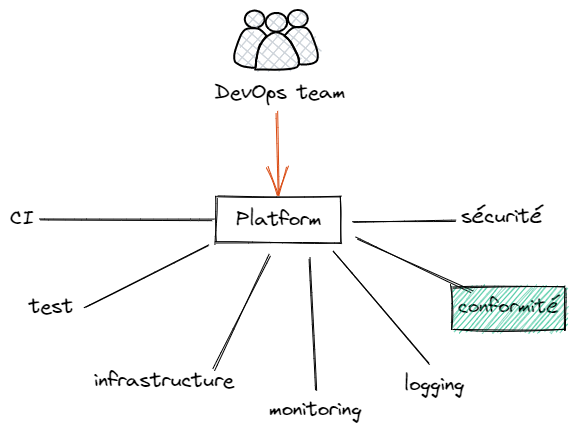
Before: snowcamp_2023/assets/platform-conformite.excalidraw.png, a diagram exported from Excalidraw (ojacques/presentations). Source tidied: one line per element, renumbered; positions are measured from the earlier drawing's top-left corner, leaving out a move shared by most shapes.
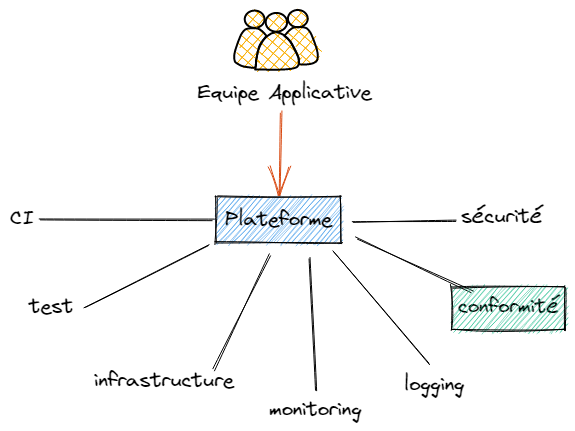
After the commit.

What changed in the source:
```diff
@@ -5,8 +5,8 @@
 {"id": 4, "type": "text", "text": "CI", "strokeColor": "#000000", "strokeWidth": 1, "roughness": 1, "fontSize": 20, "fontFamily": 1, "x": 0, "y": 196, "width": 26, "height": 25}
 {"id": 5, "type": "text", "text": "logging", "strokeColor": "#000000", "strokeWidth": 1, "roughness": 1, "fontSize": 20, "fontFamily": 1, "x": 394, "y": 362, "width": 62, "height": 25}
 {"id": 6, "type": "text", "text": "test", "strokeColor": "#000000", "strokeWidth": 1, "roughness": 1, "fontSize": 20, "fontFamily": 1, "x": 19, "y": 284, "width": 46, "height": 25}
-{"id": 7, "type": "rectangle", "strokeColor": "#000000", "strokeWidth": 1, "roughness": 1, "x": 206, "y": 187, "width": 125, "height": 46}
+{"id": 7, "type": "rectangle", "strokeColor": "#000000", "backgroundColor": "#228be6", "fillStyle": "hachure", "strokeWidth": 1, "roughness": 1, "x": 206, "y": 187, "width": 125, "height": 46}
-{"id": 8, "type": "text", "text": "Platform", "strokeColor": "#000000", "strokeWidth": 1, "roughness": 1, "fontSize": 20, "fontFamily": 1, "textAlign": "center", "verticalAlign": "middle", "inside": 7, "x": 225, "y": 197, "width": 87, "height": 25}
+{"id": 8, "type": "text", "text": "Plateforme", "strokeColor": "#000000", "strokeWidth": 1, "roughness": 1, "fontSize": 20, "fontFamily": 1, "textAlign": "center", "verticalAlign": "middle", "inside": 7, "x": 214, "y": 197, "width": 109, "height": 25}
 {"id": 9, "type": "line", "strokeColor": "#000000", "strokeWidth": 1, "roughness": 1, "x": 30, "y": 210, "width": 173, "height": 0, "points": [[0, 0], [173, 0]]}
 {"id": 10, "type": "line", "strokeColor": "#000000", "strokeWidth": 1, "roughness": 1, "x": 75, "y": 297, "width": 124, "height": 61, "points": [[0, 0], [124, -61]]}
 {"id": 11, "type": "line", "strokeColor": "#000000", "strokeWidth": 1, "roughness": 1, "x": 204, "y": 360, "width": 57, "height": 114, "points": [[0, 0], [57, -114]]}
@@ -14,12 +14,12 @@
 {"id": 13, "type": "line", "strokeColor": "#000000", "strokeWidth": 1, "roughness": 1, "x": 323, "y": 243, "width": 96, "height": 111, "points": [[0, 0], [96, 111]]}
 {"id": 14, "type": "line", "strokeColor": "#000000", "strokeWidth": 1, "roughness": 1, "x": 346, "y": 228, "width": 116, "height": 54, "points": [[0, 0], [116, 54]]}
 {"id": 15, "type": "line", "strokeColor": "#000000", "strokeWidth": 1, "roughness": 1, "x": 343, "y": 212, "width": 102, "height": 1, "points": [[0, 0], [102, -1]]}
-{"id": 16, "type": "text", "text": "DevOps team", "strokeColor": "#000000", "backgroundColor": "white", "fillStyle": "solid", "strokeWidth": 1, "roughness": 1, "fontSize": 20, "fontFamily": 1, "x": 205, "y": 70, "width": 132, "height": 25}
+{"id": 16, "type": "text", "text": "Equipe Applicative", "strokeColor": "#000000", "backgroundColor": "white", "fillStyle": "solid", "strokeWidth": 1, "roughness": 1, "fontSize": 20, "fontFamily": 1, "x": 188, "y": 70, "width": 176, "height": 25}
-{"id": 17, "type": "ellipse", "strokeColor": "#000000", "backgroundColor": "#ced4da", "fillStyle": "cross-hatch", "strokeWidth": 2, "roughness": 0, "x": 278, "y": 0, "width": 20, "height": 17}
+{"id": 17, "type": "ellipse", "strokeColor": "#000000", "backgroundColor": "#fab005", "fillStyle": "cross-hatch", "strokeWidth": 2, "roughness": 0, "x": 278, "y": 0, "width": 20, "height": 17}
-{"id": 18, "type": "ellipse", "strokeColor": "#000000", "backgroundColor": "#ced4da", "fillStyle": "cross-hatch", "strokeWidth": 2, "roughness": 0, "x": 235, "y": 1, "width": 20, "height": 17}
+{"id": 18, "type": "ellipse", "strokeColor": "#000000", "backgroundColor": "#fab005", "fillStyle": "cross-hatch", "strokeWidth": 2, "roughness": 0, "x": 235, "y": 1, "width": 20, "height": 17}
-{"id": 19, "type": "line", "strokeColor": "#000000", "backgroundColor": "#ced4da", "fillStyle": "cross-hatch", "strokeWidth": 2, "roughness": 0, "x": 245, "y": 60, "width": 42, "height": 37, "points": [[0, 0], [5, -25], [20, -37], [35, -27], [42, -3], [0, 0]]}
+{"id": 19, "type": "line", "strokeColor": "#000000", "backgroundColor": "#fab005", "fillStyle": "cross-hatch", "strokeWidth": 2, "roughness": 0, "x": 245, "y": 60, "width": 42, "height": 37, "points": [[0, 0], [5, -25], [20, -37], [35, -27], [42, -3], [0, 0]]}
-{"id": 20, "type": "ellipse", "strokeColor": "#000000", "backgroundColor": "#ced4da", "fillStyle": "cross-hatch", "strokeWidth": 2, "roughness": 0, "x": 256, "y": 3, "width": 21, "height": 19}
+{"id": 20, "type": "ellipse", "strokeColor": "#000000", "backgroundColor": "#fab005", "fillStyle": "cross-hatch", "strokeWidth": 2, "roughness": 0, "x": 256, "y": 3, "width": 21, "height": 19}
-{"id": 21, "type": "line", "strokeColor": "#000000", "backgroundColor": "#ced4da", "fillStyle": "cross-hatch", "strokeWidth": 2, "roughness": 0, "x": 274, "y": 26, "width": 33, "height": 37, "points": [[0, 0], [5, -6], [10, -8], [17, -9], [22, -8], [26, -4], [28, 2], [31, 8], [33, 14], [33, 20], [33, 25], [29, 27], [25, 28], [19, 29], [15, 28], [14, 22], [13, 19], [10, 13], [6, 6], [0, 0]]}
+{"id": 21, "type": "line", "strokeColor": "#000000", "backgroundColor": "#fab005", "fillStyle": "cross-hatch", "strokeWidth": 2, "roughness": 0, "x": 274, "y": 26, "width": 33, "height": 37, "points": [[0, 0], [5, -6], [10, -8], [17, -9], [22, -8], [26, -4], [28, 2], [31, 8], [33, 14], [33, 20], [33, 25], [29, 27], [25, 28], [19, 29], [15, 28], [14, 22], [13, 19], [10, 13], [6, 6], [0, 0]]}
-{"id": 22, "type": "line", "strokeColor": "#000000", "backgroundColor": "#ced4da", "fillStyle": "cross-hatch", "strokeWidth": 2, "roughness": 0, "x": 256, "y": 26, "width": 32, "height": 39, "points": [[0, 0], [-4, -4], [-8, -7], [-16, -8], [-21, -6], [-25, -2], [-27, 3], [-29, 9], [-31, 16], [-32, 21], [-31, 26], [-28, 28], [-24, 30], [-18, 31], [-11, 31], [-10, 24], [-10, 21], [-8, 15], [-5, 7], [0, 0]]}
+{"id": 22, "type": "line", "strokeColor": "#000000", "backgroundColor": "#fab005", "fillStyle": "cross-hatch", "strokeWidth": 2, "roughness": 0, "x": 256, "y": 26, "width": 32, "height": 39, "points": [[0, 0], [-4, -4], [-8, -7], [-16, -8], [-21, -6], [-25, -2], [-27, 3], [-29, 9], [-31, 16], [-32, 21], [-31, 26], [-28, 28], [-24, 30], [-18, 31], [-11, 31], [-10, 24], [-10, 21], [-8, 15], [-5, 7], [0, 0]]}
-{"id": 23, "type": "arrow", "strokeColor": "#d9480f", "strokeWidth": 1, "roughness": 1, "endArrowhead": "arrow", "from": 16, "to": 7, "x": 268, "y": 102, "width": 1, "height": 82, "points": [[0, 0], [1, 82]]}
+{"id": 23, "type": "arrow", "strokeColor": "#d9480f", "strokeWidth": 1, "roughness": 1, "endArrowhead": "arrow", "from": 16, "to": 7, "x": 272, "y": 102, "width": 2, "height": 82, "points": [[0, 0], [-2, 82]]}
 {"id": 24, "type": "rectangle", "strokeColor": "#000000", "backgroundColor": "#12b886", "fillStyle": "hachure", "strokeWidth": 1, "roughness": 1, "x": 442, "y": 276, "width": 113, "height": 44}
```
